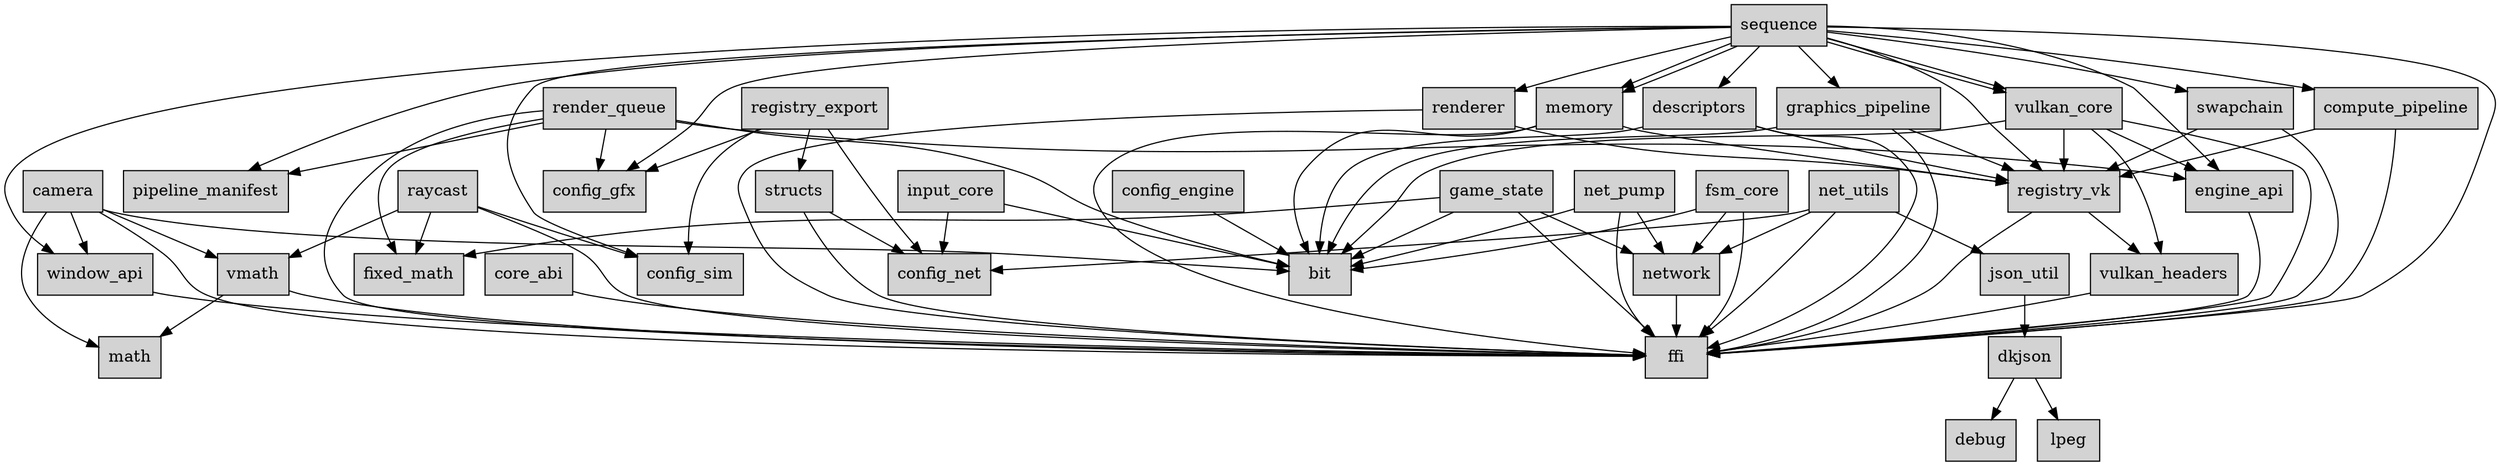
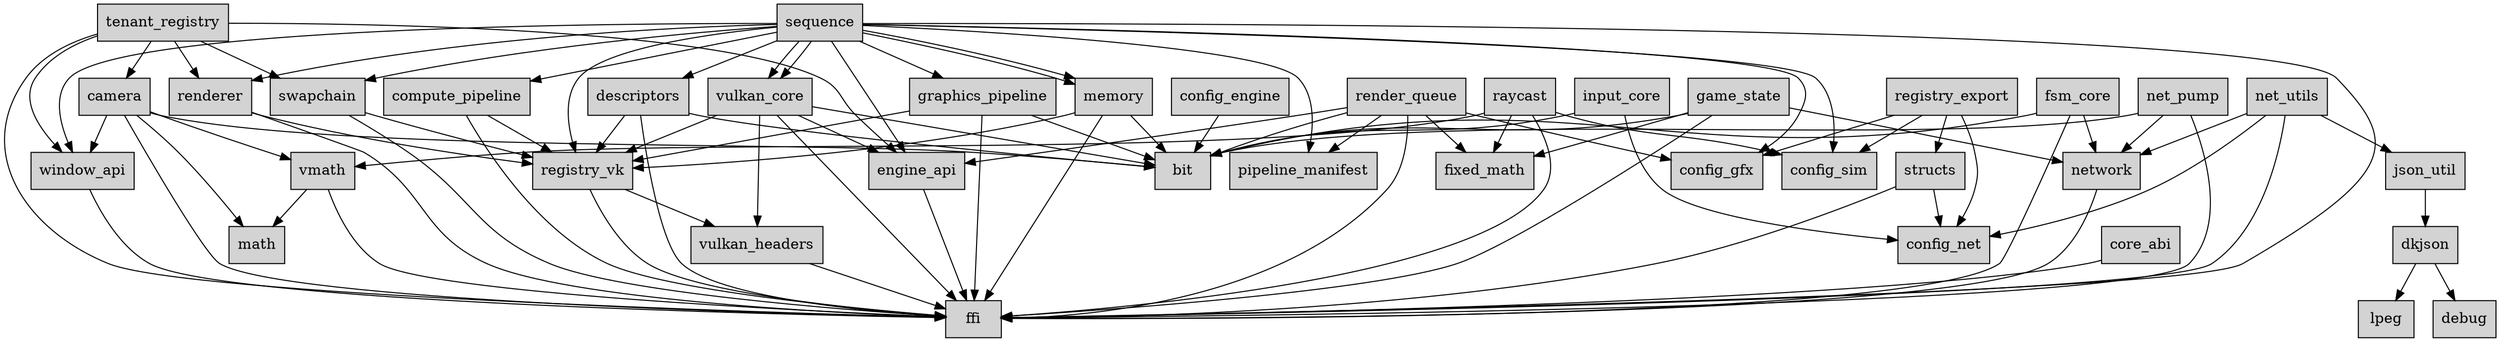
digraph WeaverEngine {
  node [shape=box, style=filled, fillcolor=lightgray];
  "sequence" -> "ffi";
  "sequence" -> "registry_vk";
  "sequence" -> "pipeline_manifest";
  "sequence" -> "window_api";
  "sequence" -> "engine_api";
  "sequence" -> "config_gfx";
  "sequence" -> "config_sim";
  "sequence" -> "vulkan_core";
  "sequence" -> "vulkan_core";
  "sequence" -> "memory";
  "sequence" -> "swapchain";
  "sequence" -> "descriptors";
  "sequence" -> "memory";
  "sequence" -> "compute_pipeline";
  "sequence" -> "graphics_pipeline";
  "sequence" -> "renderer";
  "network" -> "ffi";
  "raycast" -> "ffi";
  "raycast" -> "vmath";
  "raycast" -> "fixed_math";
  "raycast" -> "config_sim";
  "engine_api" -> "ffi";
  "camera" -> "ffi";
  "camera" -> "math";
  "camera" -> "bit";
  "camera" -> "vmath";
  "camera" -> "window_api";
  "config_sim";
  "registry_export" -> "structs";
  "registry_export" -> "config_gfx";
  "registry_export" -> "config_sim";
  "registry_export" -> "config_net";
  "config_net";
  "fsm_core" -> "network";
  "fsm_core" -> "bit";
  "fsm_core" -> "ffi";
  "descriptors" -> "ffi";
  "descriptors" -> "bit";
  "descriptors" -> "registry_vk";
  "pipeline_manifest";
  "core_abi" -> "ffi";
  "registry_vk" -> "ffi";
  "registry_vk" -> "vulkan_headers";
  "config_gfx";
  "memory" -> "ffi";
  "memory" -> "bit";
  "memory" -> "registry_vk";
  "net_utils" -> "ffi";
  "net_utils" -> "json_util";
  "net_utils" -> "config_net";
  "net_utils" -> "network";
  "vulkan_core" -> "ffi";
  "vulkan_core" -> "bit";
  "vulkan_core" -> "vulkan_headers";
  "vulkan_core" -> "registry_vk";
  "vulkan_core" -> "engine_api";
  "renderer" -> "ffi";
  "renderer" -> "registry_vk";
  "dkjson" -> "debug";
  "dkjson" -> "lpeg";
  "structs" -> "ffi";
  "structs" -> "config_net";
  "json_util" -> "dkjson";
  "config_engine" -> "bit";
+   "tenant_registry" -> "ffi";
+   "tenant_registry" -> "window_api";
+   "tenant_registry" -> "engine_api";
+   "tenant_registry" -> "swapchain";
+   "tenant_registry" -> "renderer";
+   "tenant_registry" -> "camera";
  "swapchain" -> "ffi";
  "swapchain" -> "registry_vk";
  "render_queue" -> "ffi";
  "render_queue" -> "pipeline_manifest";
  "render_queue" -> "bit";
  "render_queue" -> "fixed_math";
  "render_queue" -> "engine_api";
  "render_queue" -> "config_gfx";
  "graphics_pipeline" -> "ffi";
  "graphics_pipeline" -> "bit";
  "graphics_pipeline" -> "registry_vk";
  "input_core" -> "bit";
  "input_core" -> "config_net";
  "net_pump" -> "ffi";
  "net_pump" -> "bit";
  "net_pump" -> "network";
  "window_api" -> "ffi";
  "vulkan_headers" -> "ffi";
  "fixed_math";
  "game_state" -> "ffi";
  "game_state" -> "bit";
  "game_state" -> "network";
  "game_state" -> "fixed_math";
  "vmath" -> "ffi";
  "vmath" -> "math";
  "compute_pipeline" -> "ffi";
  "compute_pipeline" -> "registry_vk";
}